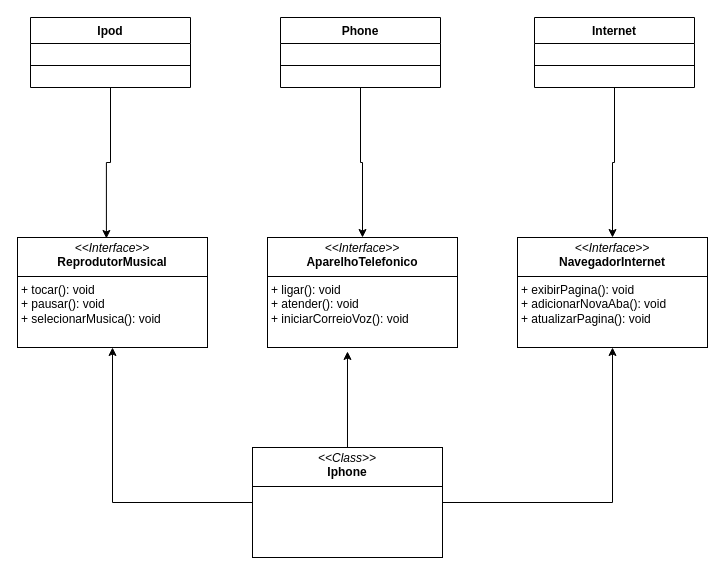
This is desafio-poo/Componente Iphone.drawio from HeloisaFelizardo/bootcamp-santander-backend-java, a draw.io file, before an edit. Source tidied: cells renumbered, new cells numbered last; positions are measured from the earlier drawing's top-left corner, leaving out a move shared by most shapes. Both pictures are drawn from the tidied source at 100%, with x=0, y=0 at pixel (17, 17).
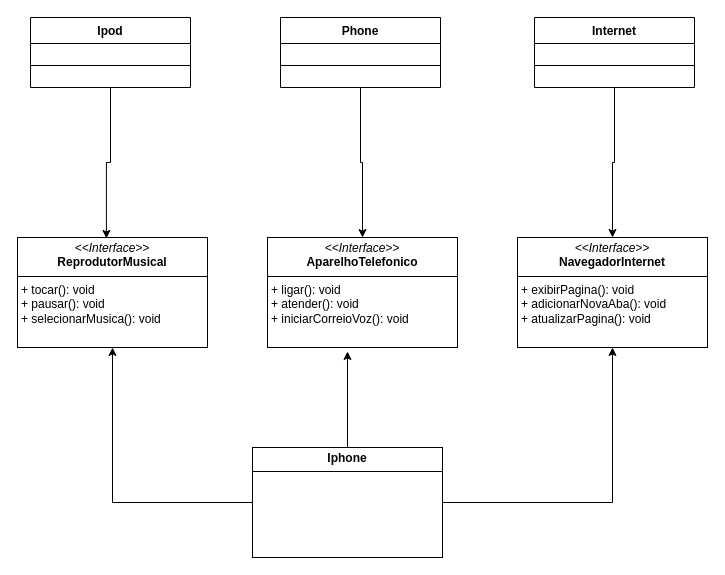
Above is the later version.

Diff of the diagram source:
```diff
@@
 <mxGraphModel>
   <root>
     <mxCell id="0" />
     <mxCell id="1" parent="0" />
     <mxCell id="2" value="&lt;p style=&quot;margin:0px;margin-top:4px;text-align:center;&quot;&gt;&lt;i&gt;&amp;lt;&amp;lt;Interface&amp;gt;&amp;gt;&lt;/i&gt;&lt;br&gt;&lt;b&gt;NavegadorInternet&lt;/b&gt;&lt;/p&gt;&lt;hr size=&quot;1&quot; style=&quot;border-style:solid;&quot;&gt;&lt;p style=&quot;margin:0px;margin-left:4px;&quot;&gt;&lt;/p&gt;&lt;p style=&quot;margin:0px;margin-left:4px;&quot;&gt;+ exibirPagina(): void&lt;br&gt;+ adicionarNovaAba(): void&lt;/p&gt;&lt;p style=&quot;margin:0px;margin-left:4px;&quot;&gt;+ atualizarPagina(): void&lt;/p&gt;" style="verticalAlign=top;align=left;overflow=fill;html=1;whiteSpace=wrap;" parent="1" vertex="1">
       <mxGeometry x="500" y="220" width="190" height="110" as="geometry" />
     </mxCell>
     <mxCell id="3" value="&lt;p style=&quot;margin:0px;margin-top:4px;text-align:center;&quot;&gt;&lt;i&gt;&amp;lt;&amp;lt;Interface&amp;gt;&amp;gt;&lt;/i&gt;&lt;br&gt;&lt;b&gt;ReprodutorMusical&lt;/b&gt;&lt;/p&gt;&lt;hr size=&quot;1&quot; style=&quot;border-style:solid;&quot;&gt;&lt;p style=&quot;margin:0px;margin-left:4px;&quot;&gt;&lt;/p&gt;&lt;p style=&quot;margin:0px;margin-left:4px;&quot;&gt;+ tocar(): void&lt;br&gt;+ pausar(): void&lt;/p&gt;&lt;p style=&quot;margin:0px;margin-left:4px;&quot;&gt;+ selecionarMusica(): void&lt;/p&gt;" style="verticalAlign=top;align=left;overflow=fill;html=1;whiteSpace=wrap;" parent="1" vertex="1">
       <mxGeometry y="220" width="190" height="110" as="geometry" />
     </mxCell>
     <mxCell id="4" value="&lt;p style=&quot;margin:0px;margin-top:4px;text-align:center;&quot;&gt;&lt;i&gt;&amp;lt;&amp;lt;Interface&amp;gt;&amp;gt;&lt;/i&gt;&lt;br&gt;&lt;b&gt;AparelhoTelefonico&lt;/b&gt;&lt;/p&gt;&lt;hr size=&quot;1&quot; style=&quot;border-style:solid;&quot;&gt;&lt;p style=&quot;margin:0px;margin-left:4px;&quot;&gt;&lt;/p&gt;&lt;p style=&quot;margin:0px;margin-left:4px;&quot;&gt;+ ligar(): void&lt;br&gt;+ atender(): void&lt;/p&gt;&lt;p style=&quot;margin:0px;margin-left:4px;&quot;&gt;+ iniciarCorreioVoz(): void&lt;/p&gt;" style="verticalAlign=top;align=left;overflow=fill;html=1;whiteSpace=wrap;" parent="1" vertex="1">
       <mxGeometry x="250" y="220" width="190" height="110" as="geometry" />
     </mxCell>
     <mxCell id="5" style="edgeStyle=orthogonalEdgeStyle;rounded=0;jettySize=auto;html=1;" parent="1" edge="1" source="6" target="3">
       <mxGeometry relative="1" as="geometry" />
     </mxCell>
-    <mxCell id="6" value="&lt;p style=&quot;margin:0px;margin-top:4px;text-align:center;&quot;&gt;&lt;i&gt;&amp;lt;&amp;lt;Class&amp;gt;&amp;gt;&lt;/i&gt;&lt;br&gt;&lt;b&gt;Iphone&lt;/b&gt;&lt;/p&gt;&lt;hr size=&quot;1&quot; style=&quot;border-style:solid;&quot;&gt;&lt;p style=&quot;margin:0px;margin-left:4px;&quot;&gt;&lt;/p&gt;&lt;p style=&quot;margin:0px;margin-left:4px;&quot;&gt;&lt;br&gt;&lt;/p&gt;" style="verticalAlign=top;align=left;overflow=fill;html=1;whiteSpace=wrap;" parent="1" vertex="1">
+    <mxCell id="6" value="&lt;p style=&quot;margin:0px;margin-top:4px;text-align:center;&quot;&gt;&lt;b&gt;Iphone&lt;/b&gt;&lt;/p&gt;&lt;hr size=&quot;1&quot; style=&quot;border-style:solid;&quot;&gt;&lt;p style=&quot;margin:0px;margin-left:4px;&quot;&gt;&lt;/p&gt;&lt;p style=&quot;margin:0px;margin-left:4px;&quot;&gt;&lt;br&gt;&lt;/p&gt;" style="verticalAlign=top;align=left;overflow=fill;html=1;whiteSpace=wrap;" parent="1" vertex="1">
       <mxGeometry x="235" y="430" width="190" height="110" as="geometry" />
     </mxCell>
     <mxCell id="7" value="Ipod" style="swimlane;fontStyle=1;align=center;verticalAlign=top;horizontal=1;startSize=26;whiteSpace=wrap;html=1;" parent="1" vertex="1">
       <mxGeometry x="13" width="160" height="70" as="geometry" />
     </mxCell>
     <mxCell id="8" style="line;strokeWidth=1;fillColor=none;align=left;verticalAlign=middle;spacingTop=-1;spacingLeft=3;spacingRight=3;labelPosition=right;strokeColor=inherit;" parent="7" vertex="1">
       <mxGeometry y="26" width="160" height="44" as="geometry" />
     </mxCell>
     <mxCell id="9" style="edgeStyle=orthogonalEdgeStyle;rounded=0;jettySize=auto;html=1;" parent="1" edge="1" source="10" target="4">
       <mxGeometry relative="1" as="geometry" />
     </mxCell>
     <mxCell id="10" value="Phone" style="swimlane;fontStyle=1;align=center;verticalAlign=top;horizontal=1;startSize=26;whiteSpace=wrap;html=1;" parent="1" vertex="1">
       <mxGeometry x="263" width="160" height="70" as="geometry" />
     </mxCell>
     <mxCell id="11" style="line;strokeWidth=1;fillColor=none;align=left;verticalAlign=middle;spacingTop=-1;spacingLeft=3;spacingRight=3;labelPosition=right;strokeColor=inherit;" parent="10" vertex="1">
       <mxGeometry y="26" width="160" height="44" as="geometry" />
     </mxCell>
     <mxCell id="12" style="edgeStyle=orthogonalEdgeStyle;rounded=0;jettySize=auto;html=1;" parent="1" edge="1" source="13" target="2">
       <mxGeometry relative="1" as="geometry" />
     </mxCell>
     <mxCell id="13" value="Internet" style="swimlane;fontStyle=1;align=center;verticalAlign=top;horizontal=1;startSize=26;whiteSpace=wrap;html=1;" parent="1" vertex="1">
       <mxGeometry x="517" width="160" height="70" as="geometry" />
     </mxCell>
     <mxCell id="14" style="line;strokeWidth=1;fillColor=none;align=left;verticalAlign=middle;spacingTop=-1;spacingLeft=3;spacingRight=3;labelPosition=right;strokeColor=inherit;" parent="13" vertex="1">
       <mxGeometry y="26" width="160" height="44" as="geometry" />
     </mxCell>
     <mxCell id="15" style="edgeStyle=orthogonalEdgeStyle;rounded=0;jettySize=auto;html=1;entryX=0.5;entryY=1;entryDx=0;entryDy=0;" parent="1" edge="1" source="6" target="2">
       <mxGeometry relative="1" as="geometry" />
     </mxCell>
     <mxCell id="16" style="edgeStyle=orthogonalEdgeStyle;rounded=0;jettySize=auto;html=1;entryX=0.421;entryY=1.036;entryDx=0;entryDy=0;entryPerimeter=0;" parent="1" edge="1" source="6" target="4">
       <mxGeometry relative="1" as="geometry" />
     </mxCell>
     <mxCell id="17" style="edgeStyle=orthogonalEdgeStyle;rounded=0;jettySize=auto;html=1;entryX=0.468;entryY=0.009;entryDx=0;entryDy=0;entryPerimeter=0;" parent="1" edge="1" source="7" target="3">
       <mxGeometry relative="1" as="geometry" />
     </mxCell>
   </root>
 </mxGraphModel>
```
